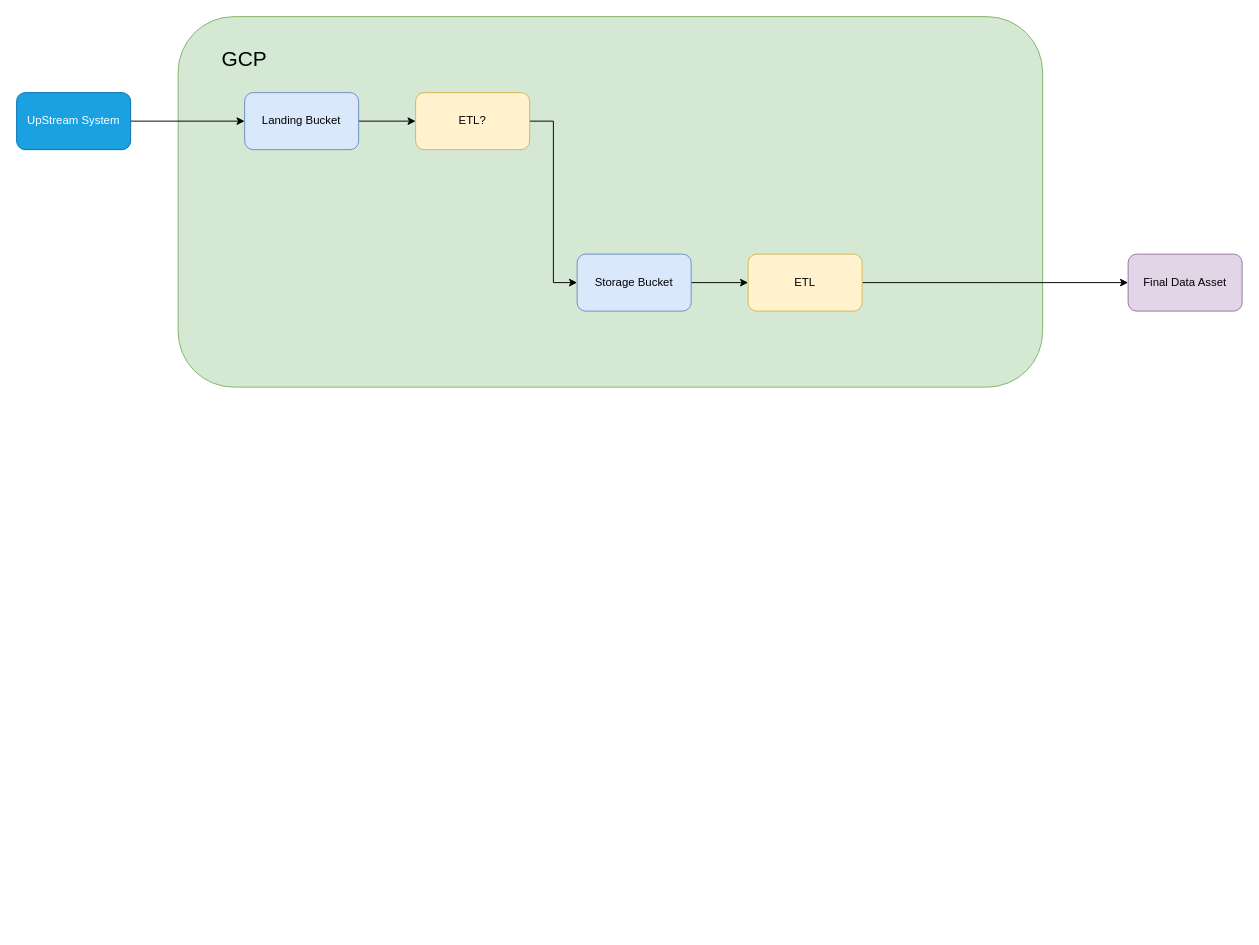
Before: drawio/bucket-sts.drawio in nvd11/f_store, a draw.io diagram. Source tidied: cells renumbered, new cells numbered last; positions are measured from the earlier drawing's top-left corner, leaving out a move shared by most shapes. Both pictures are drawn from the tidied source at 95%, with x=0, y=0 at pixel (16, 16).
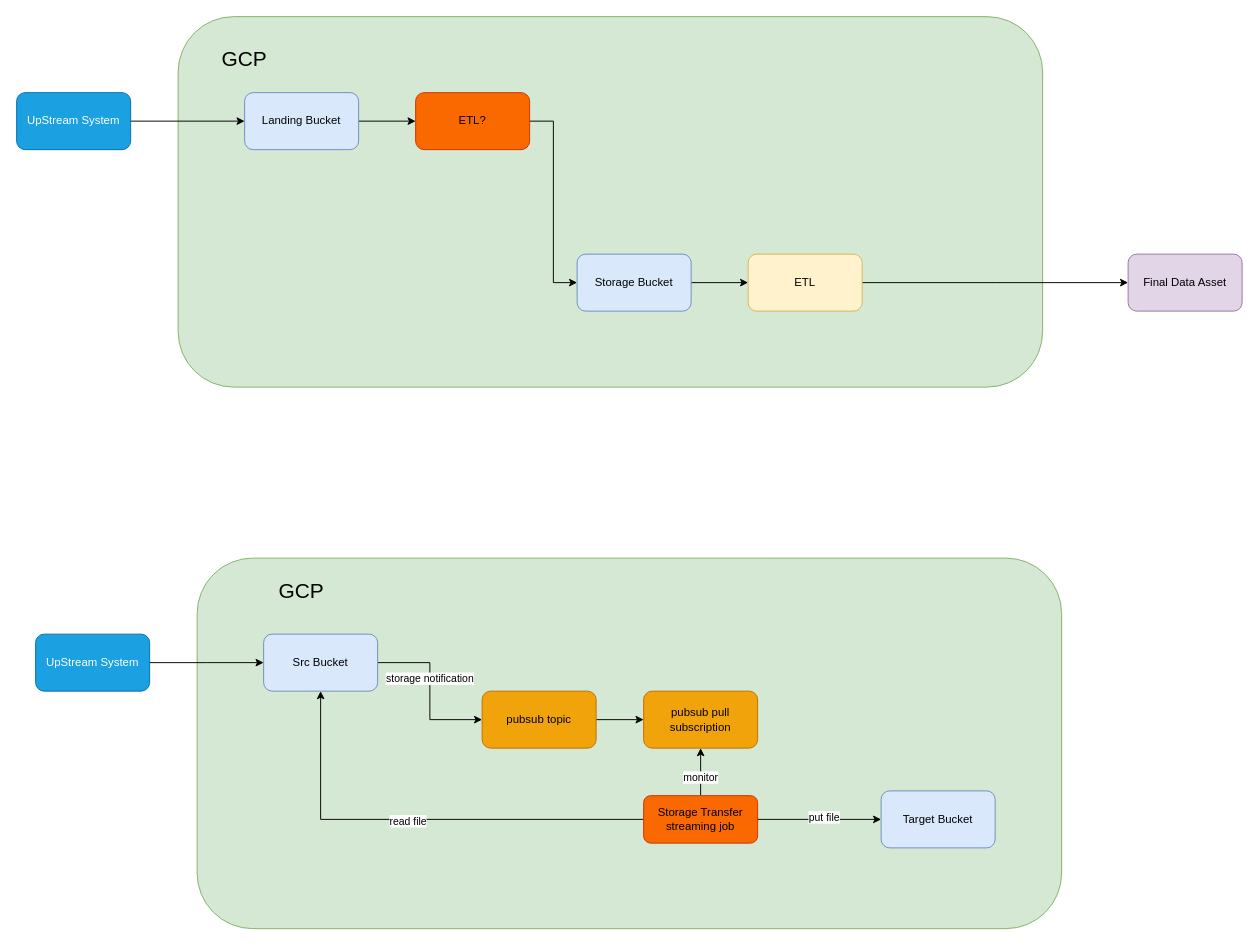
After the change.

The edit, as a diff of the source:
```diff
@@
-    <mxCell id="8" value="ETL?" style="rounded=1;whiteSpace=wrap;html=1;fillColor=#fff2cc;strokeColor=#d6b656;" parent="1" vertex="1">
+    <mxCell id="8" value="ETL?" style="rounded=1;whiteSpace=wrap;html=1;fillColor=#fa6800;strokeColor=#C73500;fontColor=#000000;" parent="1" vertex="1">
       <mxGeometry x="420" y="80" width="120" height="60" as="geometry" />
     </mxCell>
@@
+    <mxCell id="15" style="rounded=1;whiteSpace=wrap;html=1;fillColor=#d5e8d4;strokeColor=#82b366;" parent="1" vertex="1">
+      <mxGeometry x="190" y="570" width="910" height="390" as="geometry" />
+    </mxCell>
+    <mxCell id="16" style="edgeStyle=orthogonalEdgeStyle;rounded=0;jettySize=auto;html=1;entryX=0;entryY=0.5;entryDx=0;entryDy=0;" parent="1" edge="1" source="18" target="23">
+      <mxGeometry relative="1" as="geometry" />
+    </mxCell>
+    <mxCell id="17" value="storage notification" style="edgeLabel;html=1;align=center;verticalAlign=middle;" parent="16" vertex="1">
+      <mxGeometry x="-0.16" y="-1" relative="1" as="geometry" />
+    </mxCell>
+    <mxCell id="18" value="Src Bucket" style="rounded=1;whiteSpace=wrap;html=1;fillColor=#dae8fc;strokeColor=#6c8ebf;" parent="1" vertex="1">
+      <mxGeometry x="260" y="650" width="120" height="60" as="geometry" />
+    </mxCell>
+    <mxCell id="19" style="edgeStyle=orthogonalEdgeStyle;rounded=0;jettySize=auto;html=1;entryX=0;entryY=0.5;entryDx=0;entryDy=0;" parent="1" edge="1" source="20">
+      <mxGeometry relative="1" as="geometry">
+        <mxPoint x="260" y="680" as="targetPoint" />
+      </mxGeometry>
+    </mxCell>
+    <mxCell id="20" value="UpStream System" style="rounded=1;whiteSpace=wrap;html=1;fillColor=#1ba1e2;strokeColor=#006EAF;fontColor=#ffffff;" parent="1" vertex="1">
+      <mxGeometry x="20" y="650" width="120" height="60" as="geometry" />
+    </mxCell>
+    <mxCell id="21" value="GCP" style="text;strokeColor=none;align=center;fillColor=none;html=1;verticalAlign=middle;whiteSpace=wrap;rounded=0;fontSize=22;" parent="1" vertex="1">
+      <mxGeometry x="270" y="590" width="60" height="30" as="geometry" />
+    </mxCell>
+    <mxCell id="22" style="edgeStyle=orthogonalEdgeStyle;rounded=0;jettySize=auto;html=1;entryX=0;entryY=0.5;entryDx=0;entryDy=0;" parent="1" edge="1" source="23" target="24">
+      <mxGeometry relative="1" as="geometry" />
+    </mxCell>
+    <mxCell id="23" value="pubsub topic" style="rounded=1;whiteSpace=wrap;html=1;fillColor=#f0a30a;fontColor=#000000;strokeColor=#BD7000;" parent="1" vertex="1">
+      <mxGeometry x="490" y="710" width="120" height="60" as="geometry" />
+    </mxCell>
+    <mxCell id="24" value="pubsub pull subscription" style="rounded=1;whiteSpace=wrap;html=1;fillColor=#f0a30a;fontColor=#000000;strokeColor=#BD7000;" parent="1" vertex="1">
+      <mxGeometry x="660" y="710" width="120" height="60" as="geometry" />
+    </mxCell>
+    <mxCell id="25" style="edgeStyle=orthogonalEdgeStyle;rounded=0;jettySize=auto;html=1;" parent="1" edge="1" source="31" target="24">
+      <mxGeometry relative="1" as="geometry" />
+    </mxCell>
+    <mxCell id="26" value="monitor" style="edgeLabel;html=1;align=center;verticalAlign=middle;" parent="25" vertex="1">
+      <mxGeometry x="-0.2" y="1" relative="1" as="geometry" />
+    </mxCell>
+    <mxCell id="27" style="edgeStyle=orthogonalEdgeStyle;rounded=0;jettySize=auto;html=1;entryX=0.5;entryY=1;entryDx=0;entryDy=0;" parent="1" edge="1" source="31" target="18">
+      <mxGeometry relative="1" as="geometry" />
+    </mxCell>
+    <mxCell id="28" value="read file" style="edgeLabel;html=1;align=center;verticalAlign=middle;" parent="27" vertex="1">
+      <mxGeometry x="0.05" y="1" relative="1" as="geometry" />
+    </mxCell>
+    <mxCell id="29" style="edgeStyle=orthogonalEdgeStyle;rounded=0;jettySize=auto;html=1;entryX=0;entryY=0.5;entryDx=0;entryDy=0;" parent="1" edge="1" source="31" target="32">
+      <mxGeometry relative="1" as="geometry" />
+    </mxCell>
+    <mxCell id="30" value="put file" style="edgeLabel;html=1;align=center;verticalAlign=middle;" parent="29" vertex="1">
+      <mxGeometry x="0.06" y="3" relative="1" as="geometry" />
+    </mxCell>
+    <mxCell id="31" value="Storage Transfer streaming job" style="rounded=1;whiteSpace=wrap;html=1;fillColor=#fa6800;strokeColor=#C73500;fontColor=#000000;" parent="1" vertex="1">
+      <mxGeometry x="660" y="820" width="120" height="50" as="geometry" />
+    </mxCell>
+    <mxCell id="32" value="Target Bucket" style="rounded=1;whiteSpace=wrap;html=1;fillColor=#dae8fc;strokeColor=#6c8ebf;" parent="1" vertex="1">
+      <mxGeometry x="910" y="815" width="120" height="60" as="geometry" />
+    </mxCell>
```
